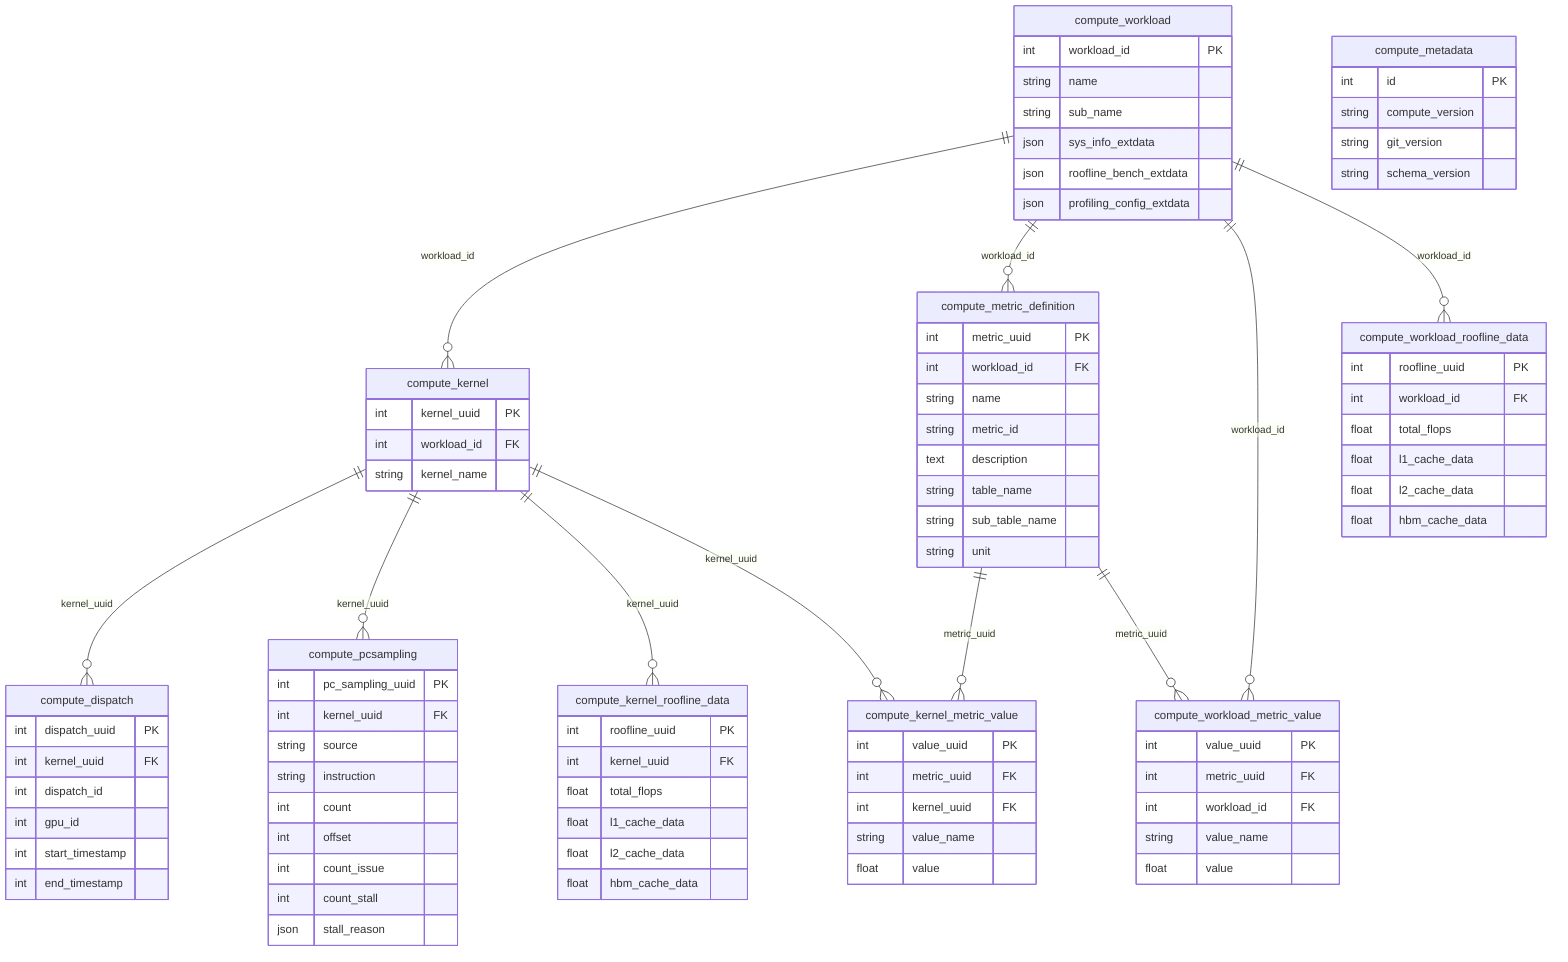
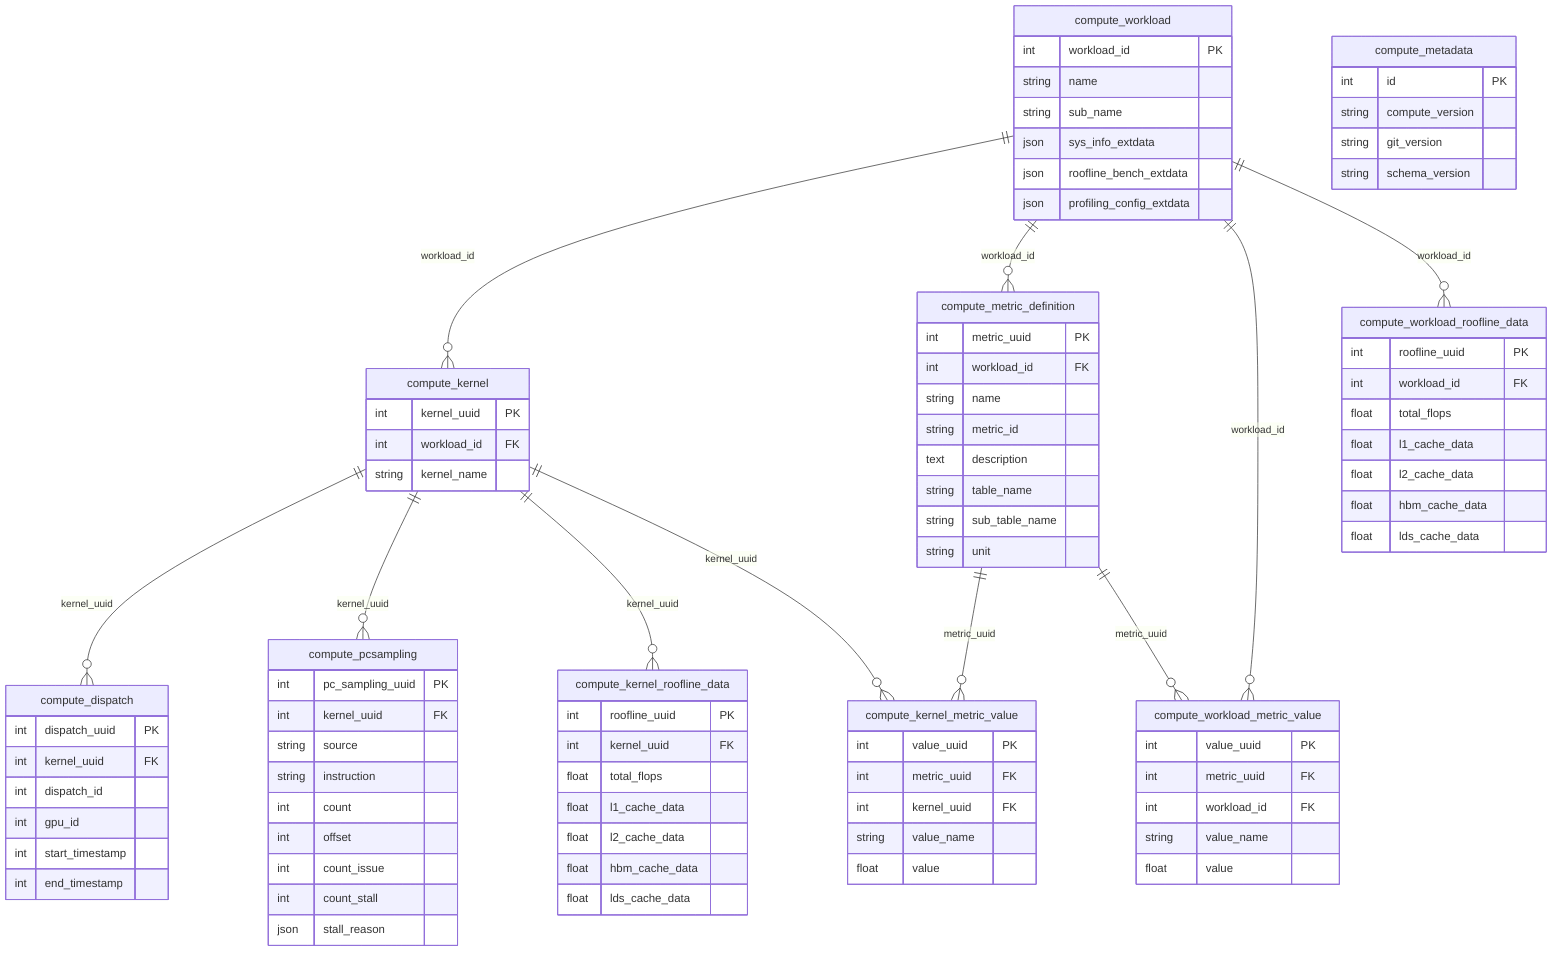
%% Source for analysis_data_dump_schema.png. Re-export the PNG via draw.io.
%% Tables and relationships mirror src/utils/analysis_orm.py.

erDiagram
    compute_workload {
        int workload_id PK
        string name
        string sub_name
        json sys_info_extdata
        json roofline_bench_extdata
        json profiling_config_extdata
    }

    compute_metric_definition {
        int metric_uuid PK
        int workload_id FK
        string name
        string metric_id
        text description
        string table_name
        string sub_table_name
        string unit
    }

    compute_kernel {
        int kernel_uuid PK
        int workload_id FK
        string kernel_name
    }

    compute_dispatch {
        int dispatch_uuid PK
        int kernel_uuid FK
        int dispatch_id
        int gpu_id
        int start_timestamp
        int end_timestamp
    }

    compute_pcsampling {
        int pc_sampling_uuid PK
        int kernel_uuid FK
        string source
        string instruction
        int count
        int offset
        int count_issue
        int count_stall
        json stall_reason
    }

    compute_kernel_roofline_data {
        int roofline_uuid PK
        int kernel_uuid FK
        float total_flops
        float l1_cache_data
        float l2_cache_data
        float hbm_cache_data
+         float lds_cache_data
    }

    compute_kernel_metric_value {
        int value_uuid PK
        int metric_uuid FK
        int kernel_uuid FK
        string value_name
        float value
    }

    compute_workload_metric_value {
        int value_uuid PK
        int metric_uuid FK
        int workload_id FK
        string value_name
        float value
    }

    compute_workload_roofline_data {
        int roofline_uuid PK
        int workload_id FK
        float total_flops
        float l1_cache_data
        float l2_cache_data
        float hbm_cache_data
+         float lds_cache_data
    }

    compute_metadata {
        int id PK
        string compute_version
        string git_version
        string schema_version
    }

    compute_workload ||--o{ compute_kernel : workload_id
    compute_workload ||--o{ compute_metric_definition : workload_id
    compute_workload ||--o{ compute_workload_metric_value : workload_id
    compute_workload ||--o{ compute_workload_roofline_data : workload_id

    compute_kernel ||--o{ compute_dispatch : kernel_uuid
    compute_kernel ||--o{ compute_pcsampling : kernel_uuid
    compute_kernel ||--o{ compute_kernel_roofline_data : kernel_uuid
    compute_kernel ||--o{ compute_kernel_metric_value : kernel_uuid

    compute_metric_definition ||--o{ compute_kernel_metric_value : metric_uuid
    compute_metric_definition ||--o{ compute_workload_metric_value : metric_uuid
